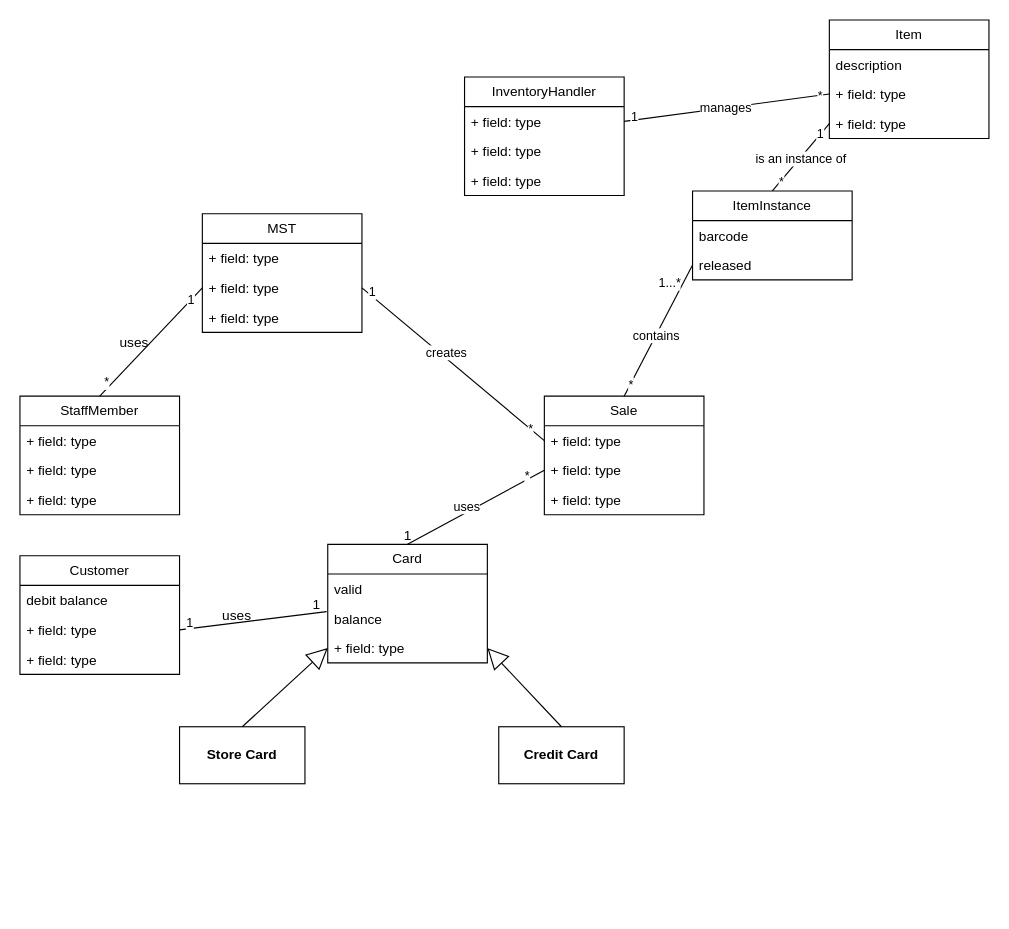
antonykimuom/SWEN30006-2025-SM1-workshop1-tuew05-14-00-team-12 keeps this draw.io diagram as page "Page-1" (1 of 2) of workshop5-week6.drawio. Above is the earlier version. Source tidied: cells renumbered, new cells numbered last; positions are measured from the earlier drawing's top-left corner, leaving out a move shared by most shapes. Both pictures are drawn from the tidied source at 114%, with x=0, y=0 at pixel (19, 19).
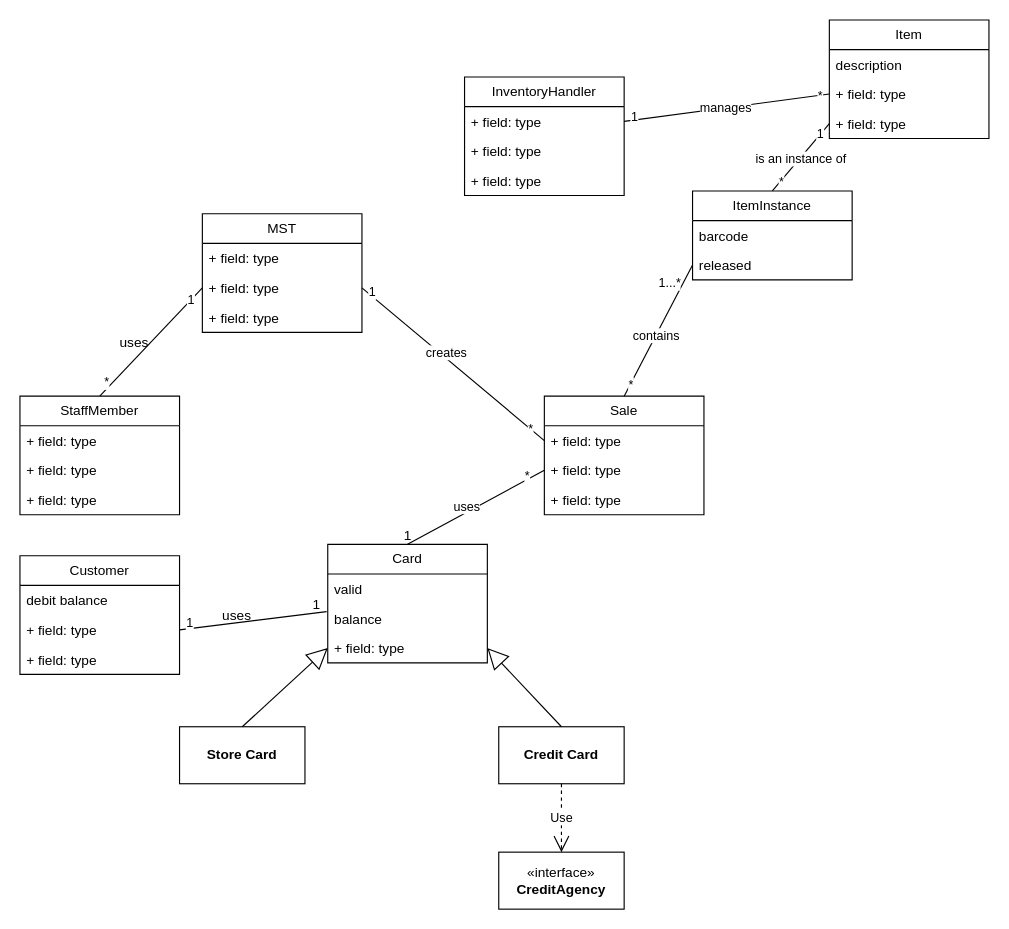
Above is the later version.

The change refers to these unchanged cells:
```xml
<mxCell id="18" value="&lt;b&gt;Credit Card&lt;/b&gt;" style="html=1;whiteSpace=wrap;" parent="1" vertex="1">
  <mxGeometry x="420" y="620" width="110" height="50" as="geometry" />
</mxCell>
```

Diff of the diagram source:
```diff
@@
+    <mxCell id="65" value="«interface»&lt;br&gt;&lt;b&gt;CreditAgency&lt;/b&gt;" style="html=1;whiteSpace=wrap;" parent="1" vertex="1">
+      <mxGeometry x="420" y="730" width="110" height="50" as="geometry" />
+    </mxCell>
+    <mxCell id="66" value="Use" style="endArrow=open;endSize=12;dashed=1;html=1;rounded=0;exitX=0.5;exitY=1;exitDx=0;exitDy=0;entryX=0.5;entryY=0;entryDx=0;entryDy=0;" parent="1" edge="1" source="18" target="65">
+      <mxGeometry relative="1" as="geometry" />
+    </mxCell>
```
